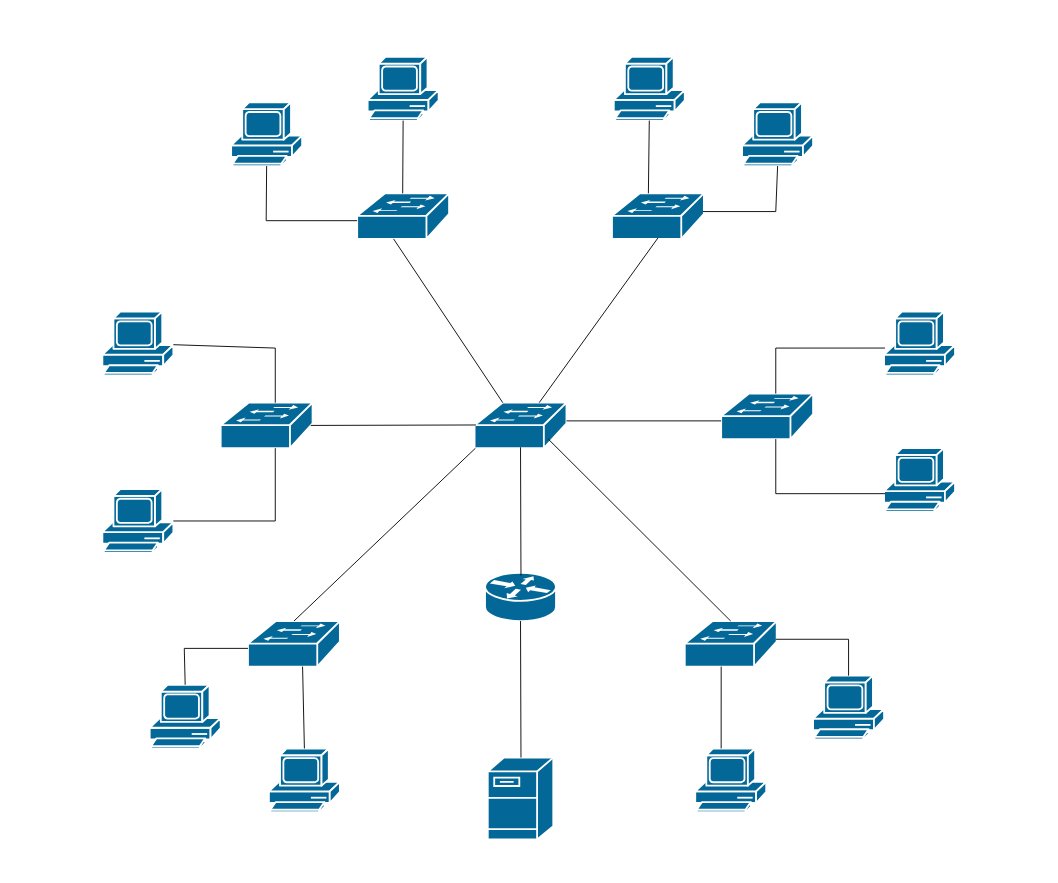
This is L1 схема.drawio from dibovdmitry/CETU_Diagrams, a draw.io file, before an edit. Source tidied: cells renumbered, new cells numbered last; positions are measured from the earlier drawing's top-left corner, leaving out a move shared by most shapes. Both pictures are drawn from the tidied source at 91%, with x=0, y=0 at pixel (102, 56).
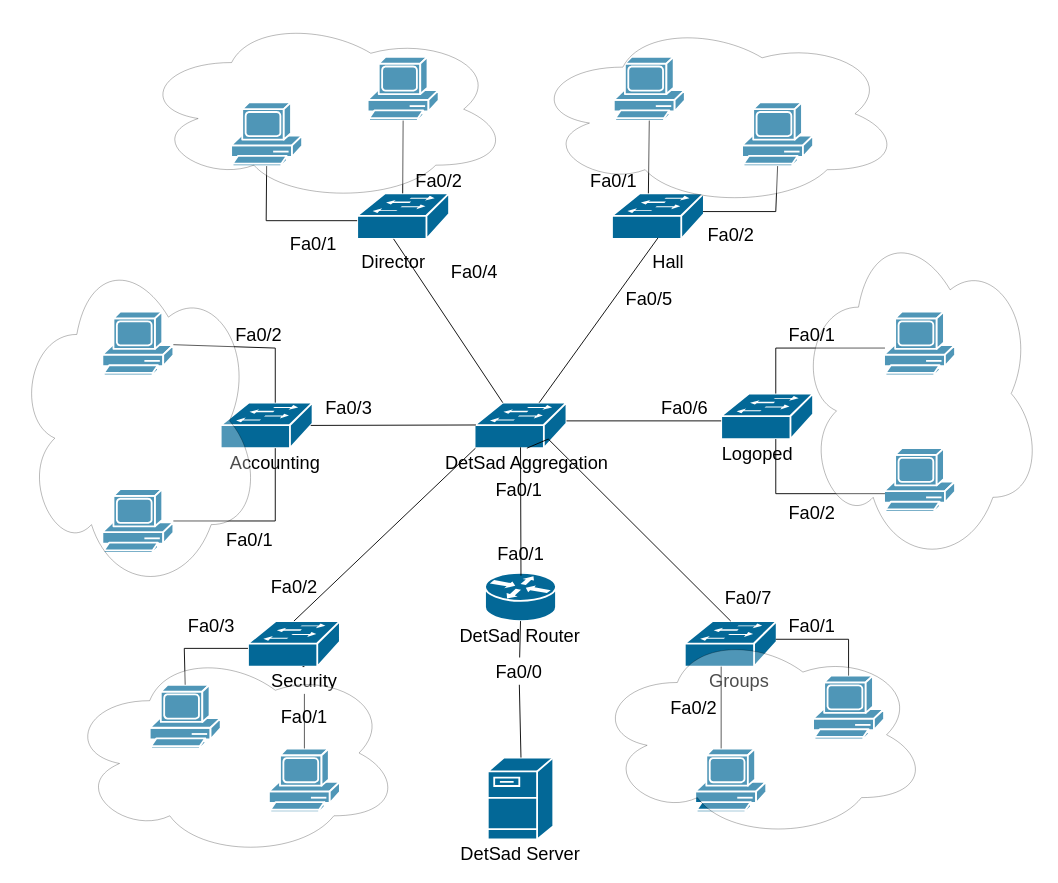
The same page after the edit.

The change refers to these unchanged cells:
```xml
<mxCell id="2" style="shape=mxgraph.cisco.routers.router;sketch=0;html=1;dashed=0;fillColor=#036897;strokeColor=#ffffff;strokeWidth=2;verticalLabelPosition=bottom;verticalAlign=top;align=center;outlineConnect=0;" parent="1" vertex="1">
  <mxGeometry x="420.5" y="567" width="78" height="53" as="geometry" />
</mxCell>
<mxCell id="24" style="shape=mxgraph.cisco.computers_and_peripherals.pc;sketch=0;html=1;dashed=0;fillColor=#036897;strokeColor=#ffffff;strokeWidth=2;verticalLabelPosition=bottom;verticalAlign=top;align=center;outlineConnect=0;" parent="1" vertex="1">
  <mxGeometry x="183" y="760" width="78" height="70" as="geometry" />
</mxCell>
```

Diff of the diagram source:
```diff
@@
-    <mxCell id="11" style="endArrow=none;html=1;rounded=0;entryX=0.5;entryY=1;entryDx=0;entryDy=0;entryPerimeter=0;" parent="1" edge="1" target="2">
-      <mxGeometry relative="1" as="geometry">
-        <mxPoint x="460" y="770" as="sourcePoint" />
-      </mxGeometry>
+    <mxCell id="11" style="endArrow=none;html=1;rounded=0;entryX=0.5;entryY=1;entryDx=0;entryDy=0;entryPerimeter=0;" parent="1" edge="1" source="67" target="2">
+      <mxGeometry relative="1" as="geometry" />
     </mxCell>
@@
-    <mxCell id="43" style="endArrow=none;html=1;rounded=0;exitX=0.5;exitY=0;exitDx=0;exitDy=0;exitPerimeter=0;" parent="1" edge="1" source="24">
+    <mxCell id="43" style="endArrow=none;html=1;rounded=0;exitX=0.5;exitY=0;exitDx=0;exitDy=0;exitPerimeter=0;" parent="1" edge="1" source="55">
       <mxGeometry relative="1" as="geometry">
         <mxPoint x="220" y="670" as="targetPoint" />
       </mxGeometry>
     </mxCell>
@@
+    <mxCell id="51" value="&lt;font style=&quot;font-size: 20px;&quot;&gt;DetSad Server&lt;/font&gt;" style="text;html=1;strokeColor=none;fillColor=none;align=center;verticalAlign=middle;whiteSpace=wrap;rounded=0;" parent="1" vertex="1">
+      <mxGeometry x="379.2" y="860" width="160.5" height="30" as="geometry" />
+    </mxCell>
+    <mxCell id="52" value="&lt;font style=&quot;font-size: 20px;&quot;&gt;DetSad Router&lt;/font&gt;" style="text;html=1;strokeColor=none;fillColor=none;align=center;verticalAlign=middle;whiteSpace=wrap;rounded=0;" parent="1" vertex="1">
+      <mxGeometry x="369.5" y="620" width="177.5" height="30" as="geometry" />
+    </mxCell>
+    <mxCell id="53" value="&lt;span style=&quot;font-size: 20px;&quot;&gt;Accounting&lt;/span&gt;" style="text;html=1;strokeColor=none;fillColor=none;align=center;verticalAlign=middle;whiteSpace=wrap;rounded=0;" parent="1" vertex="1">
+      <mxGeometry x="159.5" y="430" width="60" height="30" as="geometry" />
+    </mxCell>
+    <mxCell id="54" style="endArrow=none;html=1;rounded=0;exitX=0.5;exitY=0;exitDx=0;exitDy=0;exitPerimeter=0;" parent="1" edge="1" source="24" target="55">
+      <mxGeometry relative="1" as="geometry" />
+    </mxCell>
+    <mxCell id="55" value="&lt;span style=&quot;font-size: 20px;&quot;&gt;Security&lt;/span&gt;" style="text;html=1;strokeColor=none;fillColor=none;align=center;verticalAlign=middle;whiteSpace=wrap;rounded=0;" parent="1" vertex="1">
+      <mxGeometry x="192" y="670" width="60" height="30" as="geometry" />
+    </mxCell>
+    <mxCell id="56" value="&lt;span style=&quot;font-size: 20px;&quot;&gt;Director&lt;/span&gt;" style="text;html=1;strokeColor=none;fillColor=none;align=center;verticalAlign=middle;whiteSpace=wrap;rounded=0;" parent="1" vertex="1">
+      <mxGeometry x="290" y="210" width="60" height="30" as="geometry" />
+    </mxCell>
+    <mxCell id="57" value="&lt;span style=&quot;font-size: 20px;&quot;&gt;Hall&lt;/span&gt;" style="text;html=1;strokeColor=none;fillColor=none;align=center;verticalAlign=middle;whiteSpace=wrap;rounded=0;" parent="1" vertex="1">
+      <mxGeometry x="591.5" y="210" width="60" height="30" as="geometry" />
+    </mxCell>
+    <mxCell id="58" value="&lt;span style=&quot;font-size: 20px;&quot;&gt;Logoped&lt;/span&gt;" style="text;html=1;strokeColor=none;fillColor=none;align=center;verticalAlign=middle;whiteSpace=wrap;rounded=0;" parent="1" vertex="1">
+      <mxGeometry x="690" y="420" width="60" height="30" as="geometry" />
+    </mxCell>
+    <mxCell id="59" value="&lt;span style=&quot;font-size: 20px;&quot;&gt;Groups&lt;/span&gt;" style="text;html=1;strokeColor=none;fillColor=none;align=center;verticalAlign=middle;whiteSpace=wrap;rounded=0;" parent="1" vertex="1">
+      <mxGeometry x="669.5" y="670" width="60" height="30" as="geometry" />
+    </mxCell>
+    <mxCell id="60" style="ellipse;shape=cloud;whiteSpace=wrap;html=1;opacity=30;" parent="1" vertex="1">
+      <mxGeometry x="40" y="-45" width="408" height="205" as="geometry" />
+    </mxCell>
+    <mxCell id="61" style="ellipse;shape=cloud;whiteSpace=wrap;html=1;opacity=30;" parent="1" vertex="1">
+      <mxGeometry x="470" y="-40" width="408" height="205" as="geometry" />
+    </mxCell>
+    <mxCell id="62" style="ellipse;shape=cloud;whiteSpace=wrap;html=1;opacity=30;" parent="1" vertex="1">
+      <mxGeometry x="-95.2" y="210" width="268.5" height="380" as="geometry" />
+    </mxCell>
+    <mxCell id="63" style="ellipse;shape=cloud;whiteSpace=wrap;html=1;opacity=30;" parent="1" vertex="1">
+      <mxGeometry x="763.8" y="180" width="268.5" height="380" as="geometry" />
+    </mxCell>
+    <mxCell id="64" style="ellipse;shape=cloud;whiteSpace=wrap;html=1;opacity=30;" parent="1" vertex="1">
+      <mxGeometry x="-40" y="650" width="368" height="230" as="geometry" />
+    </mxCell>
+    <mxCell id="65" style="ellipse;shape=cloud;whiteSpace=wrap;html=1;opacity=30;" parent="1" vertex="1">
+      <mxGeometry x="539.8" y="630" width="368" height="230" as="geometry" />
+    </mxCell>
+    <mxCell id="66" style="endArrow=none;html=1;rounded=0;entryX=0.5;entryY=1;entryDx=0;entryDy=0;entryPerimeter=0;" parent="1" edge="1" target="67">
+      <mxGeometry relative="1" as="geometry">
+        <mxPoint x="460" y="770" as="sourcePoint" />
+      </mxGeometry>
+    </mxCell>
+    <mxCell id="67" value="&lt;font style=&quot;font-size: 20px;&quot;&gt;Fa0/0&lt;/font&gt;" style="text;html=1;strokeColor=none;fillColor=none;align=center;verticalAlign=middle;whiteSpace=wrap;rounded=0;" parent="1" vertex="1">
+      <mxGeometry x="428.2" y="660" width="60" height="30" as="geometry" />
+    </mxCell>
+    <mxCell id="68" value="&lt;font style=&quot;font-size: 20px;&quot;&gt;Fa0/1&lt;/font&gt;" style="text;html=1;strokeColor=none;fillColor=none;align=center;verticalAlign=middle;whiteSpace=wrap;rounded=0;" parent="1" vertex="1">
+      <mxGeometry x="428.2" y="460" width="60" height="30" as="geometry" />
+    </mxCell>
+    <mxCell id="69" value="&lt;font style=&quot;font-size: 20px;&quot;&gt;Fa0/1&lt;/font&gt;" style="text;html=1;strokeColor=none;fillColor=none;align=center;verticalAlign=middle;whiteSpace=wrap;rounded=0;" parent="1" vertex="1">
+      <mxGeometry x="429.5" y="530" width="60" height="30" as="geometry" />
+    </mxCell>
+    <mxCell id="70" value="&lt;font style=&quot;font-size: 20px;&quot;&gt;Fa0/2&lt;/font&gt;" style="text;html=1;strokeColor=none;fillColor=none;align=center;verticalAlign=middle;whiteSpace=wrap;rounded=0;" parent="1" vertex="1">
+      <mxGeometry x="180.5" y="567" width="60" height="30" as="geometry" />
+    </mxCell>
+    <mxCell id="71" value="&lt;font style=&quot;font-size: 20px;&quot;&gt;Fa0/3&lt;/font&gt;" style="text;html=1;strokeColor=none;fillColor=none;align=center;verticalAlign=middle;whiteSpace=wrap;rounded=0;" parent="1" vertex="1">
+      <mxGeometry x="240.5" y="370" width="60" height="30" as="geometry" />
+    </mxCell>
+    <mxCell id="72" value="&lt;font style=&quot;font-size: 20px;&quot;&gt;Fa0/4&lt;/font&gt;" style="text;html=1;strokeColor=none;fillColor=none;align=center;verticalAlign=middle;whiteSpace=wrap;rounded=0;" parent="1" vertex="1">
+      <mxGeometry x="379.2" y="220" width="60" height="30" as="geometry" />
+    </mxCell>
+    <mxCell id="73" value="&lt;font style=&quot;font-size: 20px;&quot;&gt;Fa0/5&lt;/font&gt;" style="text;html=1;strokeColor=none;fillColor=none;align=center;verticalAlign=middle;whiteSpace=wrap;rounded=0;" parent="1" vertex="1">
+      <mxGeometry x="571" y="250" width="60" height="30" as="geometry" />
+    </mxCell>
+    <mxCell id="74" value="&lt;font style=&quot;font-size: 20px;&quot;&gt;Fa0/6&lt;/font&gt;" style="text;html=1;strokeColor=none;fillColor=none;align=center;verticalAlign=middle;whiteSpace=wrap;rounded=0;" parent="1" vertex="1">
+      <mxGeometry x="609.5" y="370" width="60" height="30" as="geometry" />
+    </mxCell>
+    <mxCell id="75" value="&lt;font style=&quot;font-size: 20px;&quot;&gt;Fa0/7&lt;/font&gt;" style="text;html=1;strokeColor=none;fillColor=none;align=center;verticalAlign=middle;whiteSpace=wrap;rounded=0;" parent="1" vertex="1">
+      <mxGeometry x="680" y="578.5" width="60" height="30" as="geometry" />
+    </mxCell>
+    <mxCell id="76" value="&lt;font style=&quot;font-size: 20px;&quot;&gt;Fa0/1&lt;/font&gt;" style="text;html=1;strokeColor=none;fillColor=none;align=center;verticalAlign=middle;whiteSpace=wrap;rounded=0;" parent="1" vertex="1">
+      <mxGeometry x="192" y="710" width="60" height="30" as="geometry" />
+    </mxCell>
+    <mxCell id="77" value="&lt;font style=&quot;font-size: 20px;&quot;&gt;Fa0/3&lt;/font&gt;" style="text;html=1;strokeColor=none;fillColor=none;align=center;verticalAlign=middle;whiteSpace=wrap;rounded=0;" parent="1" vertex="1">
+      <mxGeometry x="90" y="608.5" width="60" height="30" as="geometry" />
+    </mxCell>
+    <mxCell id="78" value="&lt;font style=&quot;font-size: 20px;&quot;&gt;Fa0/2&lt;/font&gt;" style="text;html=1;strokeColor=none;fillColor=none;align=center;verticalAlign=middle;whiteSpace=wrap;rounded=0;" parent="1" vertex="1">
+      <mxGeometry x="141.5" y="290" width="60" height="30" as="geometry" />
+    </mxCell>
+    <mxCell id="79" value="&lt;font style=&quot;font-size: 20px;&quot;&gt;Fa0/1&lt;/font&gt;" style="text;html=1;strokeColor=none;fillColor=none;align=center;verticalAlign=middle;whiteSpace=wrap;rounded=0;" parent="1" vertex="1">
+      <mxGeometry x="132" y="515" width="60" height="30" as="geometry" />
+    </mxCell>
+    <mxCell id="80" value="&lt;font style=&quot;font-size: 20px;&quot;&gt;Fa0/2&lt;/font&gt;" style="text;html=1;strokeColor=none;fillColor=none;align=center;verticalAlign=middle;whiteSpace=wrap;rounded=0;" parent="1" vertex="1">
+      <mxGeometry x="340" y="120" width="60" height="30" as="geometry" />
+    </mxCell>
+    <mxCell id="81" value="&lt;font style=&quot;font-size: 20px;&quot;&gt;Fa0/2&lt;/font&gt;" style="text;html=1;strokeColor=none;fillColor=none;align=center;verticalAlign=middle;whiteSpace=wrap;rounded=0;" parent="1" vertex="1">
+      <mxGeometry x="661" y="180" width="60" height="30" as="geometry" />
+    </mxCell>
+    <mxCell id="82" value="&lt;font style=&quot;font-size: 20px;&quot;&gt;Fa0/2&lt;/font&gt;" style="text;html=1;strokeColor=none;fillColor=none;align=center;verticalAlign=middle;whiteSpace=wrap;rounded=0;" parent="1" vertex="1">
+      <mxGeometry x="750" y="485" width="60" height="30" as="geometry" />
+    </mxCell>
+    <mxCell id="83" value="&lt;font style=&quot;font-size: 20px;&quot;&gt;Fa0/2&lt;/font&gt;" style="text;html=1;strokeColor=none;fillColor=none;align=center;verticalAlign=middle;whiteSpace=wrap;rounded=0;" parent="1" vertex="1">
+      <mxGeometry x="620" y="700" width="60" height="30" as="geometry" />
+    </mxCell>
+    <mxCell id="84" value="&lt;font style=&quot;font-size: 20px;&quot;&gt;Fa0/1&lt;/font&gt;" style="text;html=1;strokeColor=none;fillColor=none;align=center;verticalAlign=middle;whiteSpace=wrap;rounded=0;" parent="1" vertex="1">
+      <mxGeometry x="201.5" y="190" width="60" height="30" as="geometry" />
+    </mxCell>
+    <mxCell id="85" value="&lt;font style=&quot;font-size: 20px;&quot;&gt;Fa0/1&lt;/font&gt;" style="text;html=1;strokeColor=none;fillColor=none;align=center;verticalAlign=middle;whiteSpace=wrap;rounded=0;" parent="1" vertex="1">
+      <mxGeometry x="531.5" y="120" width="60" height="30" as="geometry" />
+    </mxCell>
+    <mxCell id="86" value="&lt;font style=&quot;font-size: 20px;&quot;&gt;Fa0/1&lt;/font&gt;" style="text;html=1;strokeColor=none;fillColor=none;align=center;verticalAlign=middle;whiteSpace=wrap;rounded=0;" parent="1" vertex="1">
+      <mxGeometry x="750" y="290" width="60" height="30" as="geometry" />
+    </mxCell>
+    <mxCell id="87" value="&lt;font style=&quot;font-size: 20px;&quot;&gt;Fa0/1&lt;/font&gt;" style="text;html=1;strokeColor=none;fillColor=none;align=center;verticalAlign=middle;whiteSpace=wrap;rounded=0;" parent="1" vertex="1">
+      <mxGeometry x="750" y="608.5" width="60" height="30" as="geometry" />
+    </mxCell>
+    <mxCell id="88" style="endArrow=none;html=1;rounded=0;entryX=0.5;entryY=0;entryDx=0;entryDy=0;entryPerimeter=0;" parent="1" edge="1" target="89">
+      <mxGeometry relative="1" as="geometry">
+        <mxPoint x="490" y="420" as="sourcePoint" />
+      </mxGeometry>
+    </mxCell>
+    <mxCell id="89" value="&lt;font style=&quot;font-size: 20px;&quot;&gt;DetSad Aggregation&lt;/font&gt;" style="text;html=1;strokeColor=none;fillColor=none;align=center;verticalAlign=middle;whiteSpace=wrap;rounded=0;" parent="1" vertex="1">
+      <mxGeometry x="371" y="430" width="191" height="30" as="geometry" />
+    </mxCell>
```
